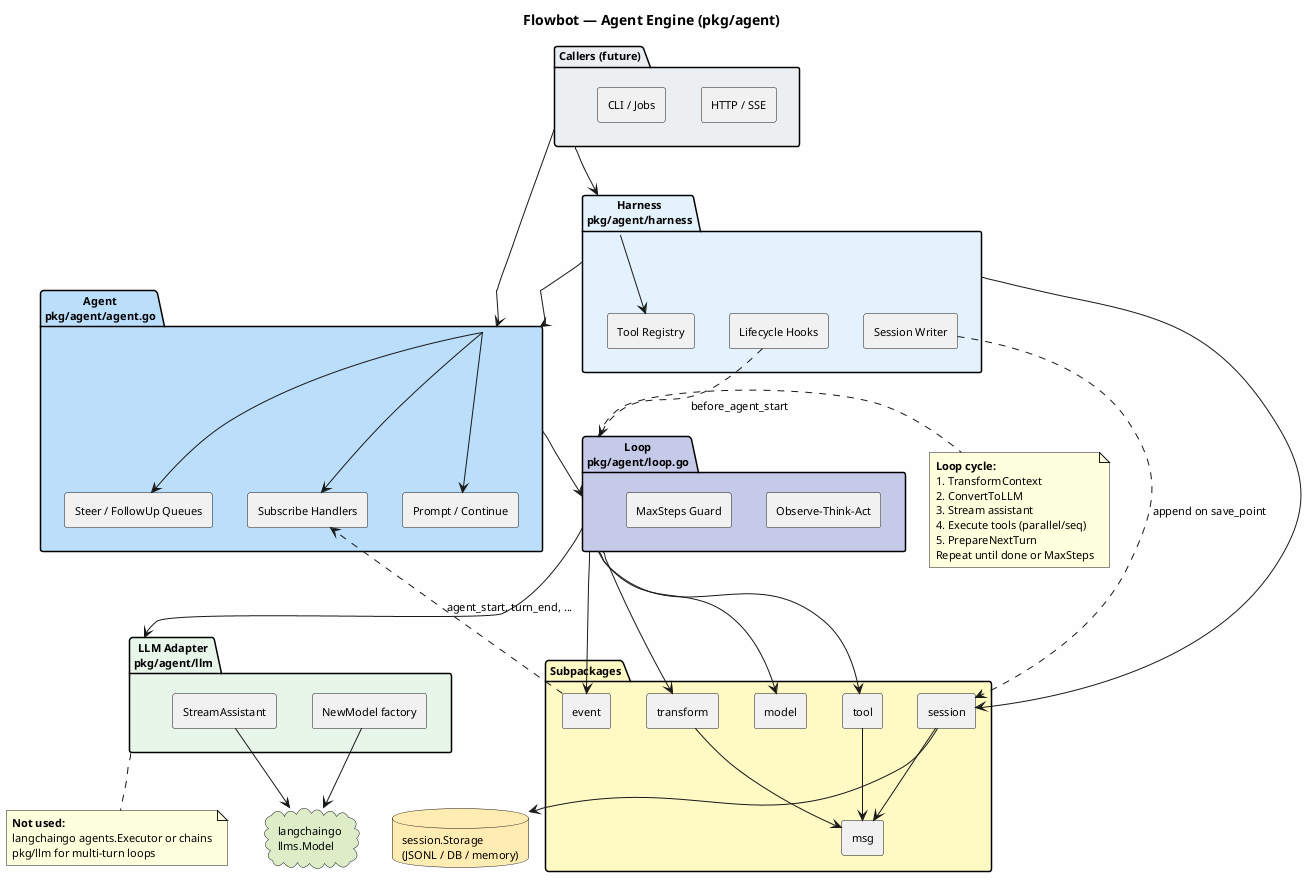
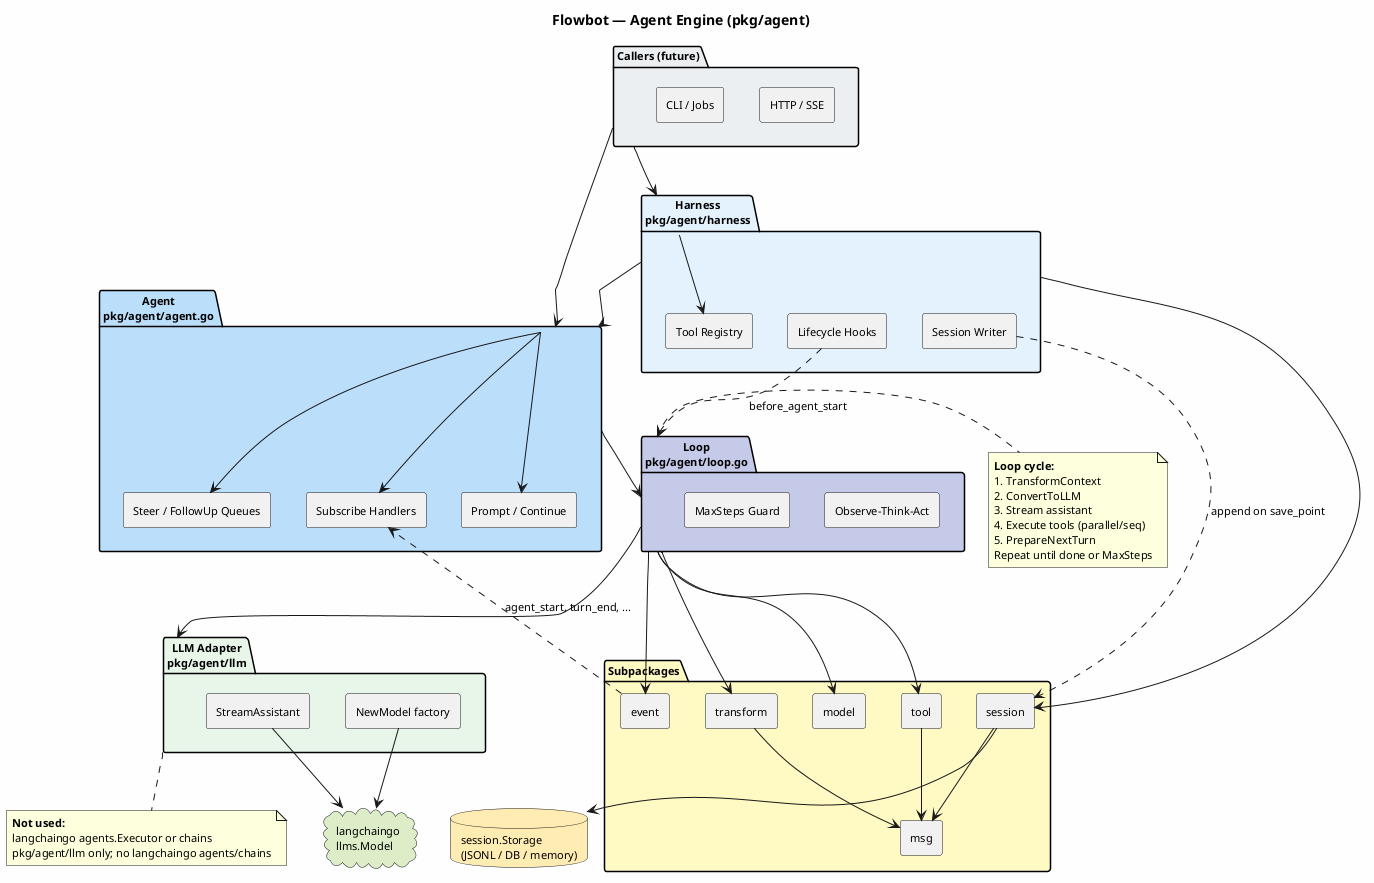
@startuml Agent Engine
' =============================================================================
' Flowbot Agent Engine (pkg/agent)
' Render: plantuml docs/agent/agent.puml
' =============================================================================

skinparam componentStyle rectangle
skinparam backgroundColor #FEFEFE
skinparam defaultFontSize 11

title Flowbot — Agent Engine (pkg/agent)

package "Callers (future)" as Callers #ECEFF1 {
  [HTTP / SSE] as HTTP
  [CLI / Jobs] as CLI
}

package "Harness\npkg/agent/harness" as Harness #E3F2FD {
  [Lifecycle Hooks] as Hooks
  [Session Writer] as SessWrite
  [Tool Registry] as HReg
}

package "Agent\npkg/agent/agent.go" as AgentPkg #BBDEFB {
  [Prompt / Continue] as Prompt
  [Steer / FollowUp Queues] as Queues
  [Subscribe Handlers] as Subs
}

package "Loop\npkg/agent/loop.go" as Loop #C5CAE9 {
  [Observe-Think-Act] as OTA
  [MaxSteps Guard] as Guard
}

package "Subpackages" as Sub #FFF9C4 {
  [tool] as ToolPkg
  [transform] as TransformPkg
  [session] as SessionPkg
  [model] as ModelPkg
  [event] as EventPkg
  [msg] as MsgPkg
}

package "LLM Adapter\npkg/agent/llm" as LLM #E8F5E9 {
  [StreamAssistant] as Stream
  [NewModel factory] as Factory
}

cloud "langchaingo\nllms.Model" as LangchainGo #DCEDC8

database "session.Storage\n(JSONL / DB / memory)" as Storage #FFECB3

Callers --> Harness
Callers --> AgentPkg
Harness --> AgentPkg
Harness --> SessionPkg
Harness --> HReg

AgentPkg --> Loop
AgentPkg --> Subs
AgentPkg --> Queues
AgentPkg --> Prompt

Loop --> ToolPkg
Loop --> TransformPkg
Loop --> LLM
Loop --> EventPkg
Loop --> ModelPkg

ToolPkg --> MsgPkg
TransformPkg --> MsgPkg
SessionPkg --> MsgPkg
SessionPkg --> Storage

Stream --> LangchainGo
Factory --> LangchainGo

Hooks ..> Loop : before_agent_start
SessWrite ..> SessionPkg : append on save_point
EventPkg ..> Subs : agent_start, turn_end, ...

note right of Loop
  <b>Loop cycle:</b>
  1. TransformContext
  2. ConvertToLLM
  3. Stream assistant
  4. Execute tools (parallel/seq)
  5. PrepareNextTurn
  Repeat until done or MaxSteps
end note

note bottom of LLM
  <b>Not used:</b>
  langchaingo agents.Executor or chains
-   pkg/llm for multi-turn loops
+   pkg/agent/llm only; no langchaingo agents/chains
end note

@enduml
